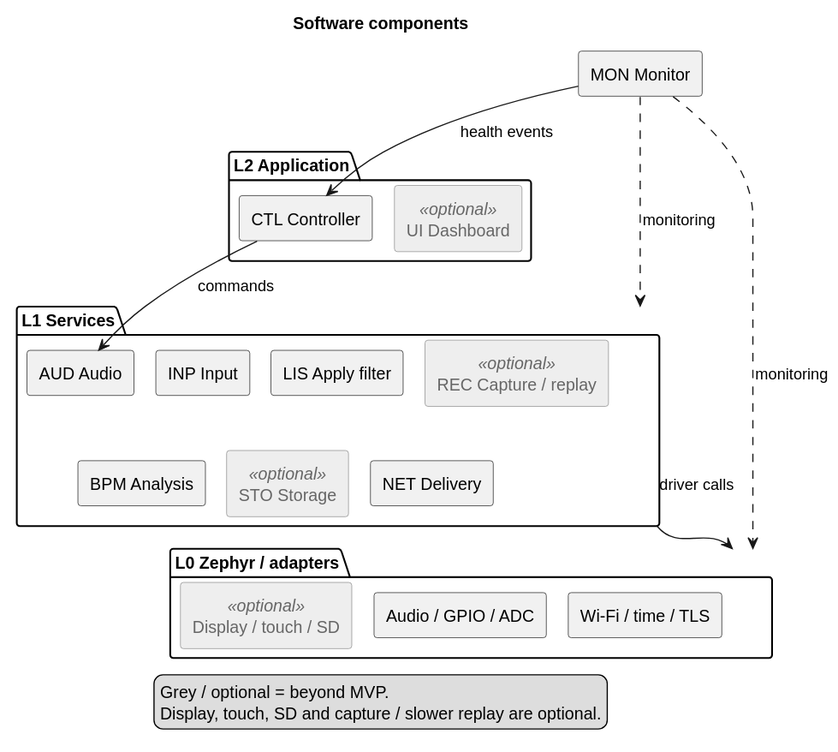
Before: Development/system/architecture/rendered/software_components.svg, a diagram exported from PlantUML (DemonicPsychoII/DigitalStethoscope). Source of this version:
```plantuml
@startuml
!pragma layout smetana
skinparam shadowing false
skinparam component {
 BackgroundColor<<optional>> #EEEEEE
 BorderColor<<optional>> #888888
 FontColor<<optional>> #666666
}
skinparam artifact {
 BackgroundColor<<optional>> #EEEEEE
 BorderColor<<optional>> #888888
 FontColor<<optional>> #666666
}
skinparam componentStyle rectangle
skinparam defaultFontName SansSerif
title Software components
top to bottom direction
component "MON Monitor" as mon
package "L2 Application" as app {
 component "CTL Controller" as ctl
 component "UI Dashboard" as ui <<optional>>
 ctl -[hidden]right-> ui
}
package "L1 Services" as services {
 component "INP Input" as inp
 component "AUD Audio" as aud
 component "LIS Apply filter" as lis
 component "REC Capture / replay" as rec <<optional>>
 component "BPM Analysis" as bpm
 component "STO Storage" as sto <<optional>>
 component "NET Delivery" as net
 inp -[hidden]right-> aud
 aud -[hidden]right-> lis
 lis -[hidden]right-> rec
 inp -[hidden]down-> bpm
 bpm -[hidden]right-> sto
 sto -[hidden]right-> net
}
package "L0 Zephyr / adapters" as platform {
 component "Audio / GPIO / ADC" as io
 component "Display / touch / SD" as spi <<optional>>
 component "Wi-Fi / time / TLS" as wifi
 io -[hidden]right-> spi
 spi -[hidden]right-> wifi
}
mon -down-> ctl : health events
ctl -down-> aud : commands
sto -[hidden]down-> spi
services -down-> platform : driver calls
mon ..> services : monitoring
mon ..> platform : monitoring
legend bottom
  Grey / optional = beyond MVP.
  Display, touch, SD and capture / slower replay are optional.
endlegend
@enduml
```
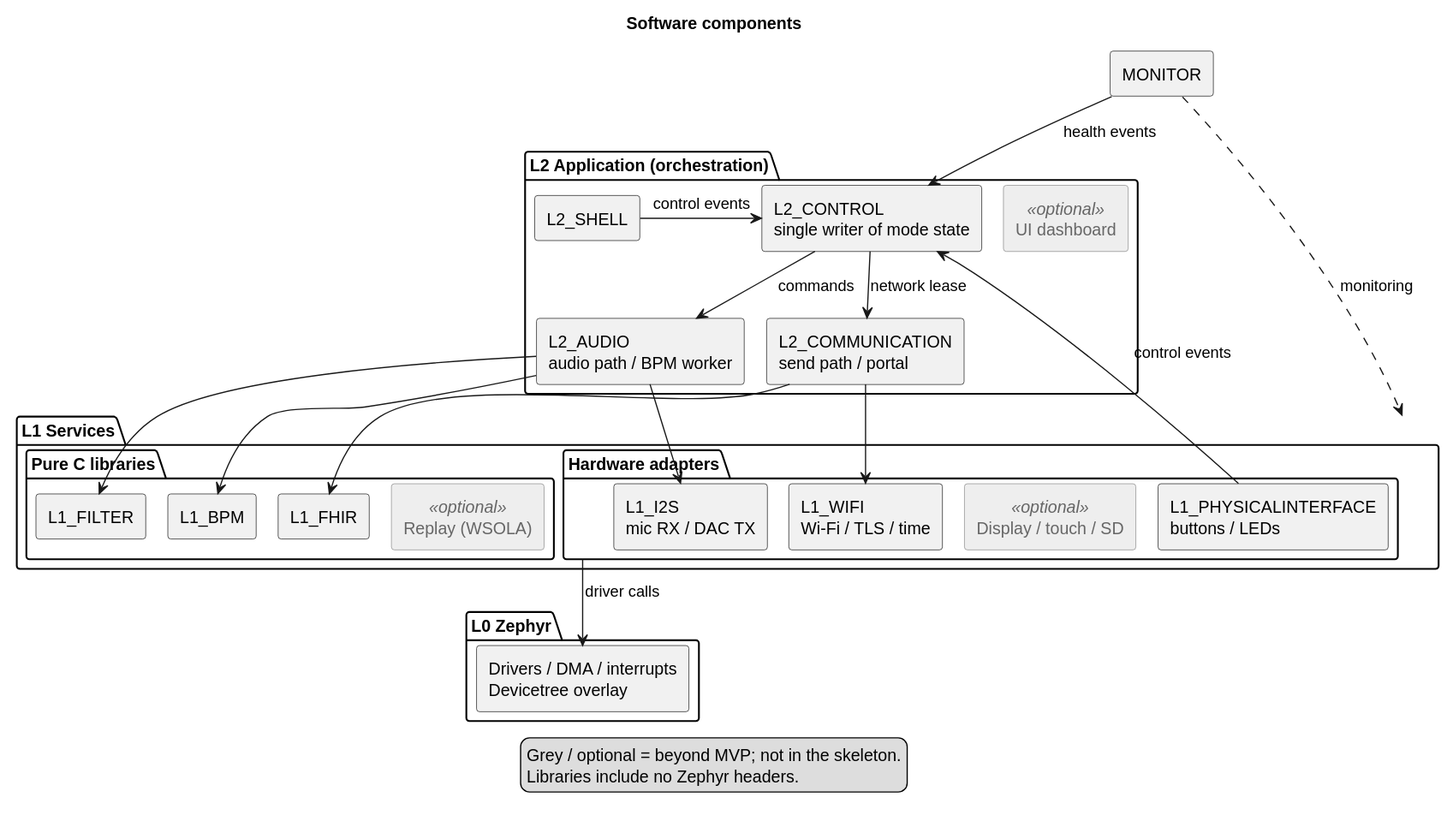
The same diagram one commit later.

The edit, as a diff of the source:
```diff
@@ -15,42 +15,53 @@
 skinparam defaultFontName SansSerif
 title Software components
 top to bottom direction
-component "MON Monitor" as mon
-package "L2 Application" as app {
- component "CTL Controller" as ctl
- component "UI Dashboard" as ui <<optional>>
+component "MONITOR" as mon
+package "L2 Application (orchestration)" as app {
+ component "L2_SHELL" as shell
+ component "L2_CONTROL\nsingle writer of mode state" as ctl
+ component "L2_AUDIO\naudio path / BPM worker" as aud
+ component "L2_COMMUNICATION\nsend path / portal" as com
+ component "UI dashboard" as ui <<optional>>
+ shell -[hidden]right-> ctl
  ctl -[hidden]right-> ui
 }
 package "L1 Services" as services {
- component "INP Input" as inp
- component "AUD Audio" as aud
- component "LIS Apply filter" as lis
- component "REC Capture / replay" as rec <<optional>>
- component "BPM Analysis" as bpm
- component "STO Storage" as sto <<optional>>
- component "NET Delivery" as net
- inp -[hidden]right-> aud
- aud -[hidden]right-> lis
- lis -[hidden]right-> rec
- inp -[hidden]down-> bpm
- bpm -[hidden]right-> sto
- sto -[hidden]right-> net
+ package "Hardware adapters" as adapters {
+  component "L1_PHYSICALINTERFACE\nbuttons / LEDs" as phy
+  component "L1_I2S\nmic RX / DAC TX" as i2s
+  component "L1_WIFI\nWi-Fi / TLS / time" as wifi
+  component "Display / touch / SD" as spi <<optional>>
+  phy -[hidden]right-> i2s
+  i2s -[hidden]right-> wifi
+  wifi -[hidden]right-> spi
+ }
+ package "Pure C libraries" as libs {
+  component "L1_FILTER" as filter
+  component "L1_BPM" as bpm
+  component "L1_FHIR" as fhir
+  component "Replay (WSOLA)" as wsola <<optional>>
+  filter -[hidden]right-> bpm
+  bpm -[hidden]right-> fhir
+  fhir -[hidden]right-> wsola
+ }
 }
-package "L0 Zephyr / adapters" as platform {
- component "Audio / GPIO / ADC" as io
- component "Display / touch / SD" as spi <<optional>>
- component "Wi-Fi / time / TLS" as wifi
- io -[hidden]right-> spi
- spi -[hidden]right-> wifi
+package "L0 Zephyr" as platform {
+ component "Drivers / DMA / interrupts\nDevicetree overlay" as zephyr
 }
+shell -right-> ctl : control events
+phy -up-> ctl : control events
+ctl -down-> aud : commands
+ctl -down-> com : network lease
+aud -down-> i2s
+aud -down-> filter
+aud -down-> bpm
+com -down-> fhir
+com -down-> wifi
+adapters -down-> zephyr : driver calls
 mon -down-> ctl : health events
-ctl -down-> aud : commands
-sto -[hidden]down-> spi
-services -down-> platform : driver calls
 mon ..> services : monitoring
-mon ..> platform : monitoring
 legend bottom
-  Grey / optional = beyond MVP.
-  Display, touch, SD and capture / slower replay are optional.
+  Grey / optional = beyond MVP; not in the skeleton.
+  Libraries include no Zephyr headers.
 endlegend
 @enduml
```
